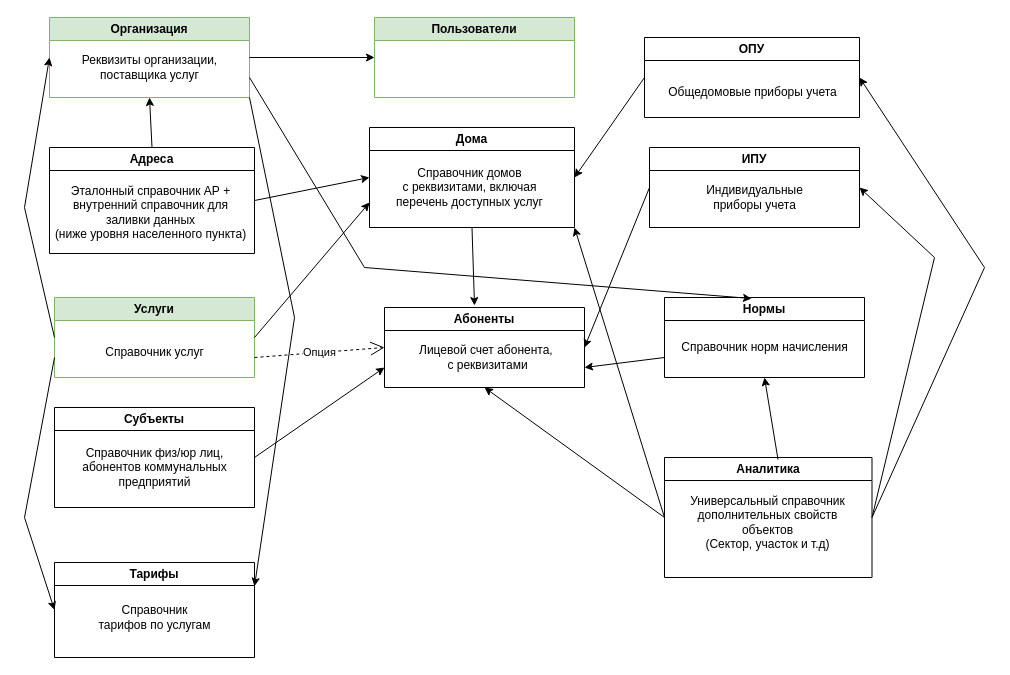
Before: ERBill.drawio in mr-vic/billing, a draw.io diagram. Source tidied: cells renumbered, new cells numbered last; positions are measured from the earlier drawing's top-left corner, leaving out a move shared by most shapes. Both pictures are drawn from the tidied source at 100%, with x=0, y=0 at pixel (24, 17).
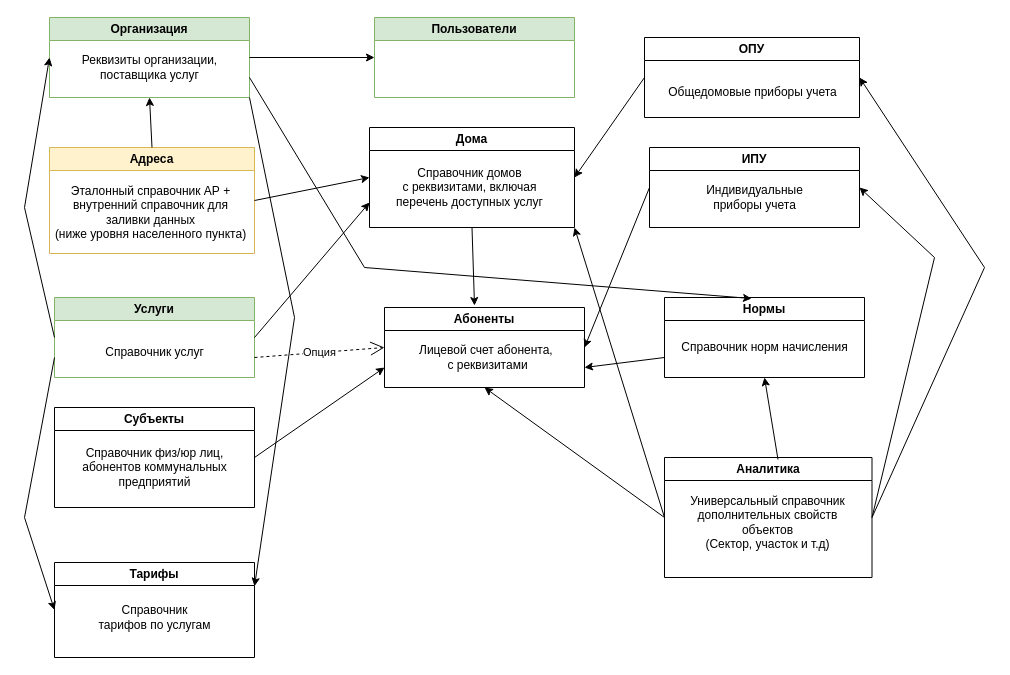
The same page after the edit.

What changed in the source:
```diff
@@
-    <mxCell id="6" value="Адреса" style="swimlane;whiteSpace=wrap;html=1;" parent="1" vertex="1">
+    <mxCell id="6" value="Адреса" style="swimlane;whiteSpace=wrap;html=1;fillColor=#fff2cc;strokeColor=#d6b656;" parent="1" vertex="1">
       <mxGeometry x="25" y="130" width="205" height="106" as="geometry" />
     </mxCell>
```
